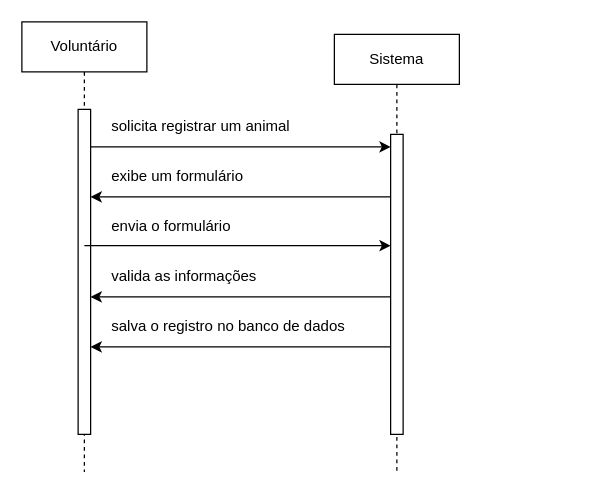
This is Diagrama de Sequência (RF001).drawio from JoaoGans/DRAW.tcc, a draw.io file, before an edit. Source tidied: cells renumbered, new cells numbered last; positions are measured from the earlier drawing's top-left corner, leaving out a move shared by most shapes. Both pictures are drawn from the tidied source at 125%, with x=0, y=0 at pixel (21, 21).
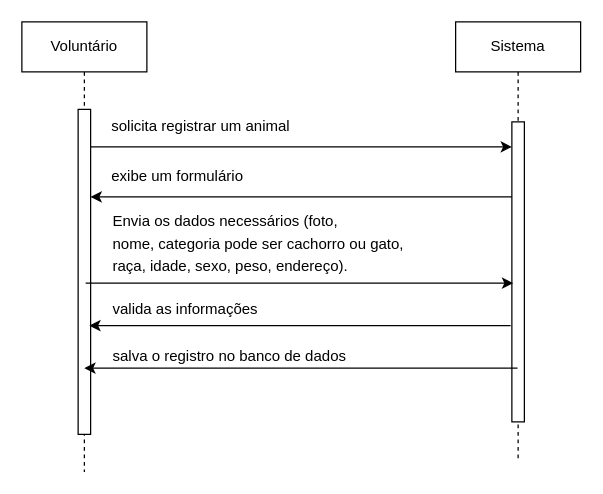
The same page after the edit.

Unchanged cells that the change refers to:
```xml
<mxCell id="5" style="html=1;points=[];perimeter=orthogonalPerimeter;outlineConnect=0;targetShapes=umlLifeline;portConstraint=eastwest;newEdgeStyle={&quot;edgeStyle&quot;:&quot;elbowEdgeStyle&quot;,&quot;elbow&quot;:&quot;vertical&quot;,&quot;curved&quot;:0,&quot;rounded&quot;:0};" parent="4" vertex="1">
  <mxGeometry x="45" y="80" width="10" height="240" as="geometry" />
</mxCell>
```

Diff of the diagram source:
```diff
@@
     <mxCell id="4" value="Sistema" style="shape=umlLifeline;perimeter=lifelinePerimeter;whiteSpace=wrap;html=1;outlineConnect=0;portConstraint=eastwest;newEdgeStyle={&quot;edgeStyle&quot;:&quot;elbowEdgeStyle&quot;,&quot;elbow&quot;:&quot;vertical&quot;,&quot;curved&quot;:0,&quot;rounded&quot;:0};" parent="1" vertex="1">
-      <mxGeometry x="250" y="10" width="100" height="350" as="geometry" />
+      <mxGeometry x="347" width="100" height="350" as="geometry" />
     </mxCell>
@@
-    <mxCell id="10" style="endArrow=classic;html=1;rounded=0;" parent="1" edge="1" target="5">
+    <mxCell id="10" style="endArrow=classic;html=1;rounded=0;" parent="1" edge="1">
       <mxGeometry relative="1" as="geometry">
-        <mxPoint x="50" y="179" as="sourcePoint" />
+        <mxPoint x="51" y="209" as="sourcePoint" />
+        <mxPoint x="393" y="209" as="targetPoint" />
       </mxGeometry>
     </mxCell>
-    <mxCell id="11" style="endArrow=classic;html=1;rounded=0;" parent="1" edge="1" source="5">
+    <mxCell id="11" style="endArrow=classic;html=1;rounded=0;" parent="1" edge="1">
       <mxGeometry relative="1" as="geometry">
-        <mxPoint x="55" y="220" as="targetPoint" />
+        <mxPoint x="391" y="243" as="sourcePoint" />
+        <mxPoint x="54" y="243" as="targetPoint" />
       </mxGeometry>
     </mxCell>
-    <mxCell id="12" value="envia o formulário" style="text;whiteSpace=wrap;html=1;" parent="1" vertex="1">
-      <mxGeometry x="70" y="150" width="130" height="40" as="geometry" />
+    <mxCell id="12" value="&lt;div&gt;Envia os dados necessários (&lt;span style=&quot;line-height: 18px;&quot;&gt;foto,&lt;br&gt;nome, categoria pode ser cachorro ou gato, raça, idade, sexo, peso, endereço&lt;/span&gt;).&lt;/div&gt;&lt;div&gt;&lt;br&gt;&lt;/div&gt;" style="text;whiteSpace=wrap;html=1;" parent="1" vertex="1">
+      <mxGeometry x="71" y="143.5" width="236" height="40" as="geometry" />
     </mxCell>
     <mxCell id="13" value="valida as informações" style="text;whiteSpace=wrap;html=1;" parent="1" vertex="1">
-      <mxGeometry x="70" y="190" width="150" height="40" as="geometry" />
+      <mxGeometry x="71" y="216" width="150" height="40" as="geometry" />
     </mxCell>
     <mxCell id="14" value="salva o registro no banco de dados" style="text;whiteSpace=wrap;html=1;" parent="1" vertex="1">
-      <mxGeometry x="70" y="230" width="210" height="40" as="geometry" />
+      <mxGeometry x="71" y="254" width="210" height="40" as="geometry" />
     </mxCell>
-    <mxCell id="15" style="endArrow=classic;html=1;rounded=0;" parent="1" edge="1">
+    <mxCell id="15" style="endArrow=classic;html=1;rounded=0;" parent="1" edge="1" source="4">
       <mxGeometry relative="1" as="geometry">
-        <mxPoint x="295" y="260" as="sourcePoint" />
-        <mxPoint x="55" y="260" as="targetPoint" />
+        <mxPoint x="50" y="277" as="targetPoint" />
         <Array as="points">
-          <mxPoint x="240" y="260" />
+          <mxPoint x="235" y="277" />
         </Array>
       </mxGeometry>
     </mxCell>
```
